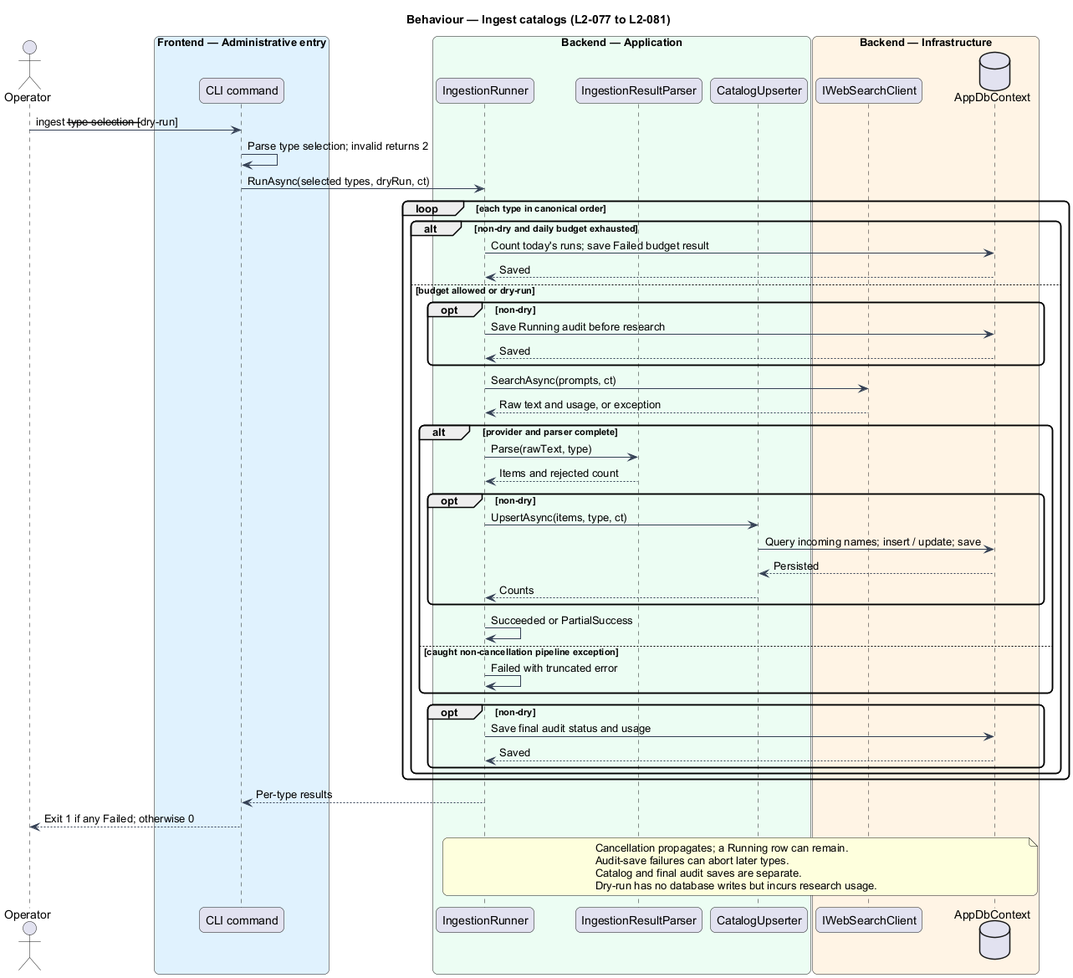
QuinntyneBrown/saturdaze keeps this PlantUML diagram as docs/detailed-designs/discovery/ingest-catalogs/diagrams/sequence-ingest.png. Above is the earlier version.
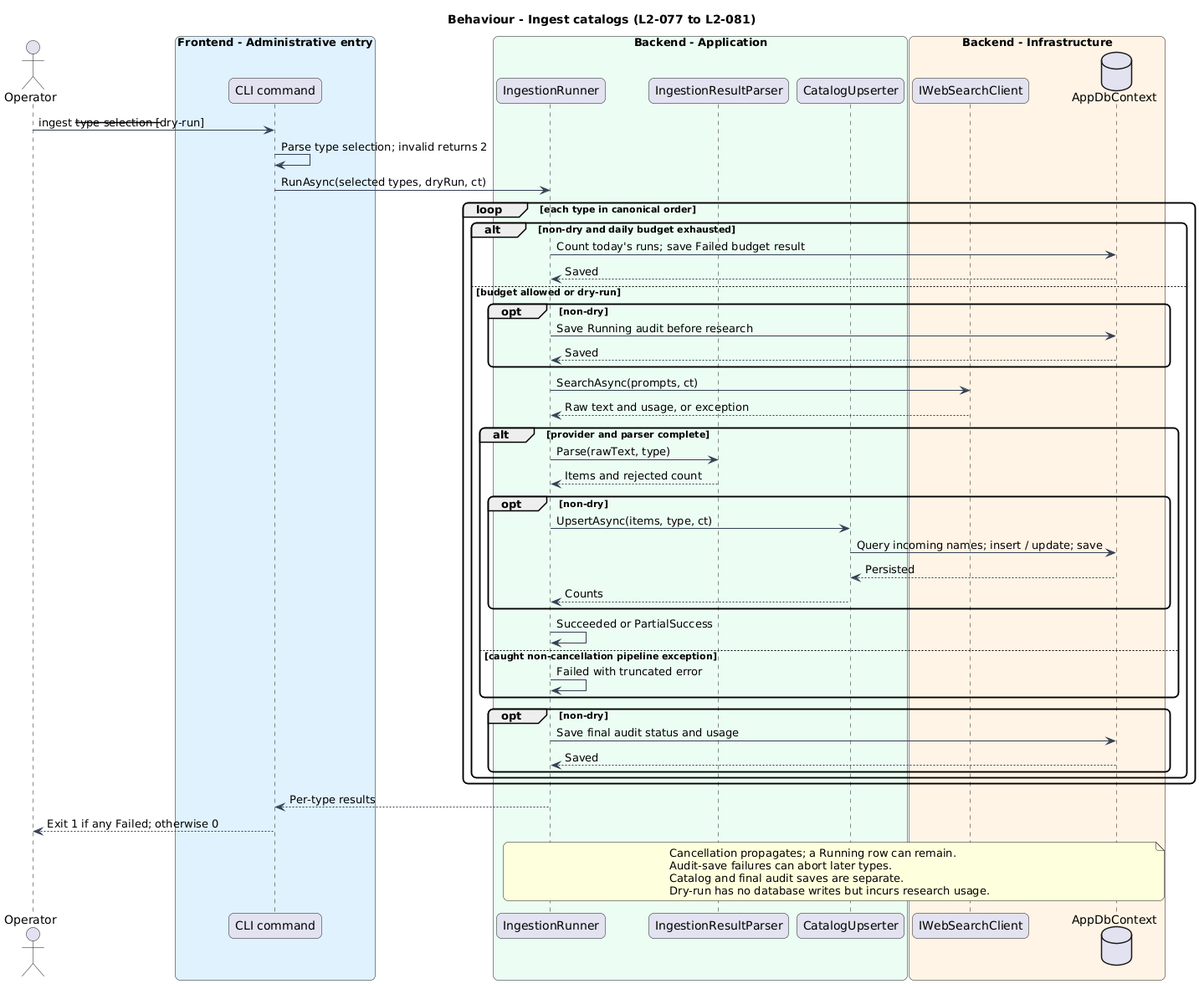
After the commit.

The edit, as a diff of the source:
```diff
@@ -5,17 +5,17 @@
 skinparam defaultFontName Arial
 skinparam ArrowColor #344054
 
-title Behaviour — Ingest catalogs (L2-077 to L2-081)
+title Behaviour - Ingest catalogs (L2-077 to L2-081)
 actor Operator as actor
-box "Frontend — Administrative entry" #E0F2FE
+box "Frontend - Administrative entry" #E0F2FE
  participant "CLI command" as cli
 end box
-box "Backend — Application" #ECFDF3
+box "Backend - Application" #ECFDF3
  participant IngestionRunner as runner
  participant IngestionResultParser as parser
  participant CatalogUpserter as upsert
 end box
-box "Backend — Infrastructure" #FFF4E5
+box "Backend - Infrastructure" #FFF4E5
  participant IWebSearchClient as search
  database AppDbContext as db
 end box
```
